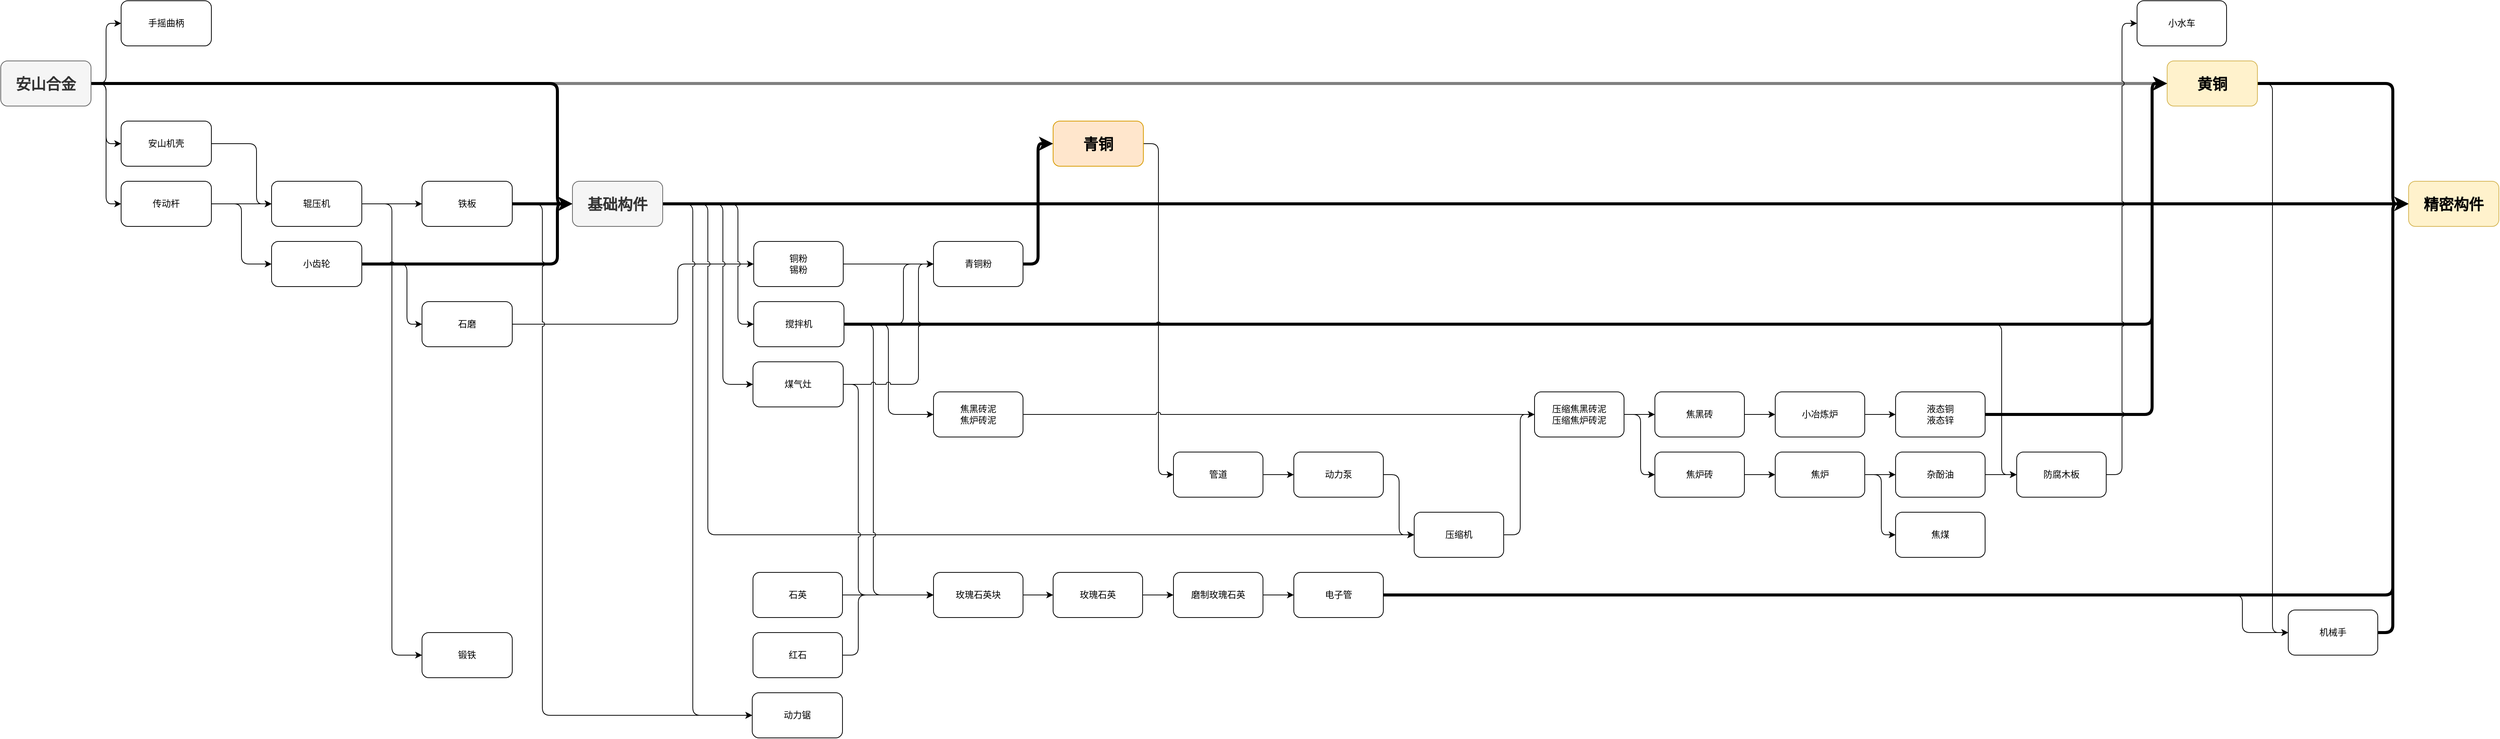
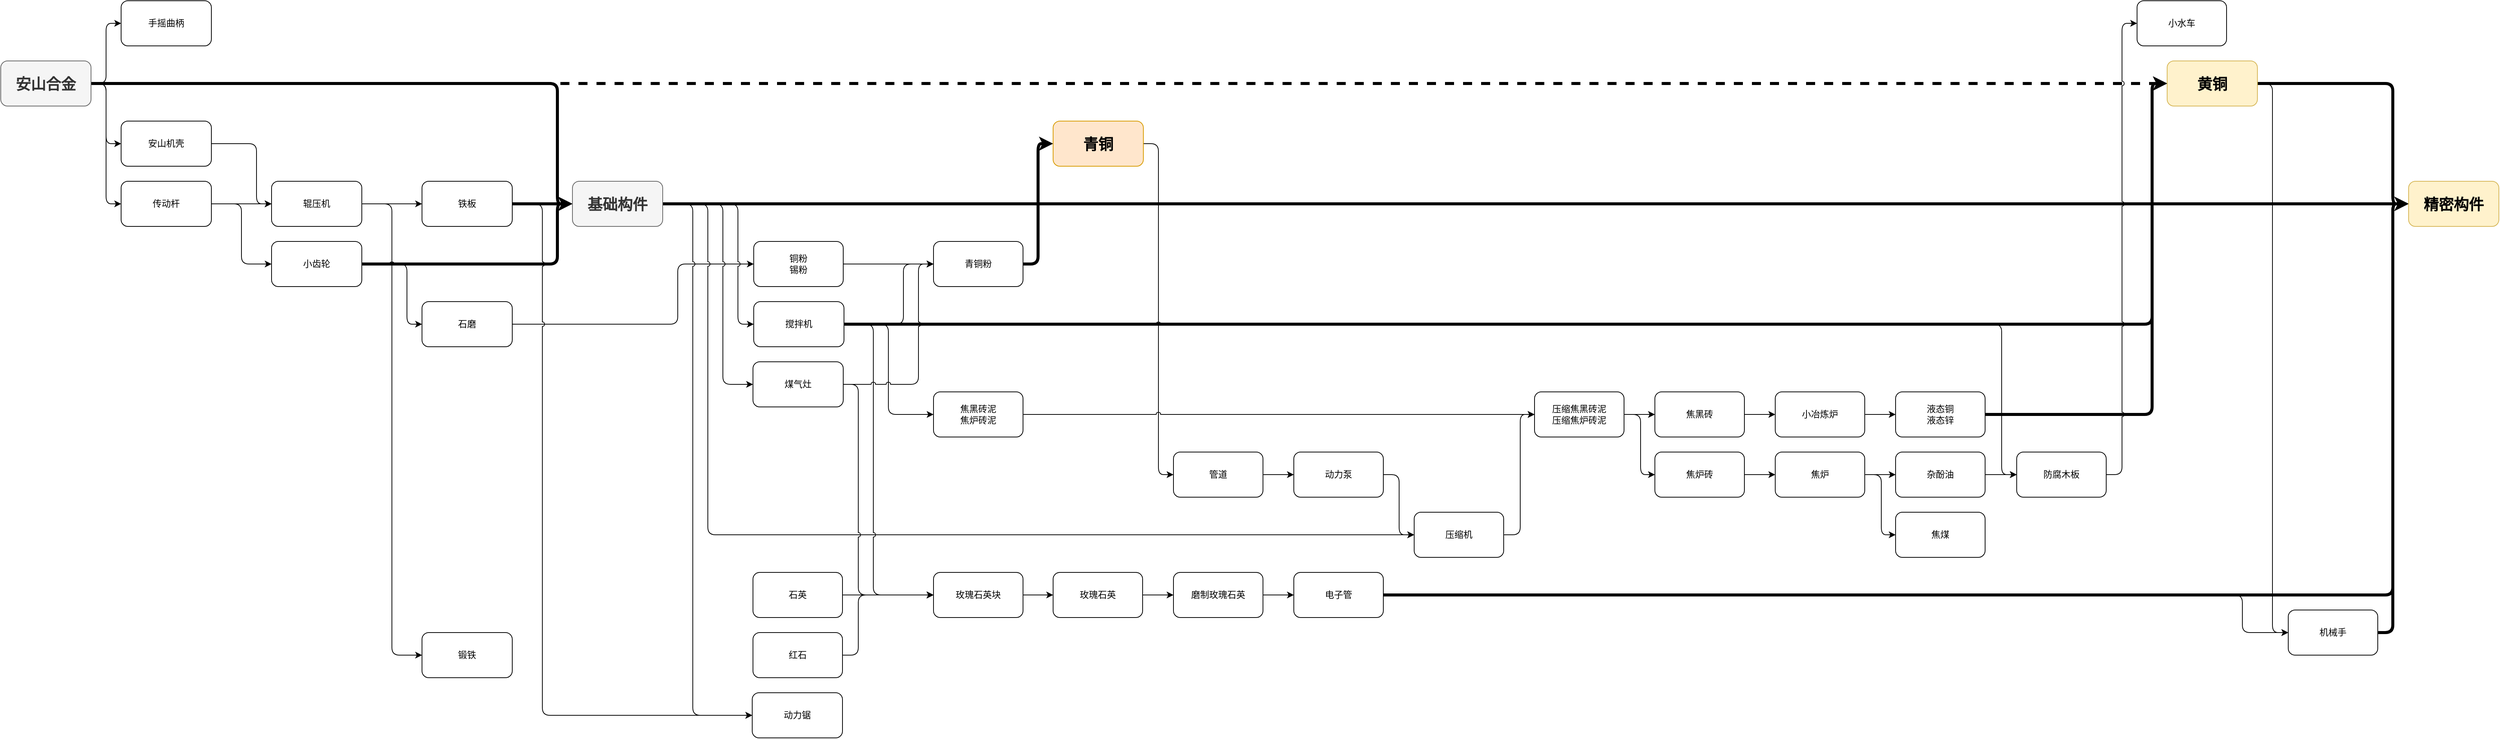
<mxfile host="app.diagrams.net">
  <diagram name="第 1 页" id="wbue6hbnNwZZhj_0dkD_">
-     <mxGraphModel dx="1835" dy="2349" grid="1" gridSize="10" guides="1" tooltips="1" connect="1" arrows="1" fold="1" page="1" pageScale="1" pageWidth="827" pageHeight="1169" math="0" shadow="0">
+     <mxGraphModel dx="2386" dy="2703" grid="1" gridSize="10" guides="1" tooltips="1" connect="1" arrows="1" fold="1" page="1" pageScale="1" pageWidth="827" pageHeight="1169" math="0" shadow="0">
      <root>
        <mxCell id="0" />
        <mxCell id="1" parent="0" />
-         <mxCell id="hVVgvd0LLLONm7yzlIF5-7" edge="1" parent="1" source="hVVgvd0LLLONm7yzlIF5-4" style="edgeStyle=orthogonalEdgeStyle;rounded=1;orthogonalLoop=1;jettySize=auto;html=1;exitX=1;exitY=0.5;exitDx=0;exitDy=0;curved=0;strokeColor=#808080;align=center;verticalAlign=middle;fontFamily=Helvetica;fontSize=11;fontColor=default;labelBackgroundColor=default;jumpStyle=none;endArrow=classic;strokeWidth=4;" target="hVVgvd0LLLONm7yzlIF5-5">
+         <mxCell id="hVVgvd0LLLONm7yzlIF5-7" edge="1" parent="1" source="hVVgvd0LLLONm7yzlIF5-4" style="edgeStyle=orthogonalEdgeStyle;rounded=1;orthogonalLoop=1;jettySize=auto;html=1;exitX=1;exitY=0.5;exitDx=0;exitDy=0;curved=0;strokeColor=#000000;align=center;verticalAlign=middle;fontFamily=Helvetica;fontSize=11;fontColor=default;labelBackgroundColor=default;jumpStyle=none;endArrow=classic;strokeWidth=4;dashed=1;" target="hVVgvd0LLLONm7yzlIF5-5">
          <mxGeometry relative="1" as="geometry">
            <Array as="points">
              <mxPoint x="270" y="80" />
              <mxPoint x="270" y="80" />
            </Array>
          </mxGeometry>
        </mxCell>
        <mxCell id="hVVgvd0LLLONm7yzlIF5-9" edge="1" parent="1" source="hVVgvd0LLLONm7yzlIF5-4" style="edgeStyle=orthogonalEdgeStyle;rounded=1;orthogonalLoop=1;jettySize=auto;html=1;exitX=1;exitY=0.5;exitDx=0;exitDy=0;entryX=0;entryY=0.5;entryDx=0;entryDy=0;curved=0;jumpStyle=arc;strokeColor=default;align=center;verticalAlign=middle;fontFamily=Helvetica;fontSize=11;fontColor=default;labelBackgroundColor=default;endArrow=classic;" target="hVVgvd0LLLONm7yzlIF5-8">
          <mxGeometry relative="1" as="geometry">
            <Array as="points">
              <mxPoint x="140" y="80" />
              <mxPoint x="140" y="240" />
            </Array>
          </mxGeometry>
        </mxCell>
        <mxCell id="hVVgvd0LLLONm7yzlIF5-11" edge="1" parent="1" source="hVVgvd0LLLONm7yzlIF5-4" style="edgeStyle=orthogonalEdgeStyle;rounded=1;orthogonalLoop=1;jettySize=auto;html=1;exitX=1;exitY=0.5;exitDx=0;exitDy=0;entryX=0;entryY=0.5;entryDx=0;entryDy=0;curved=0;strokeColor=default;align=center;verticalAlign=middle;fontFamily=Helvetica;fontSize=11;fontColor=default;labelBackgroundColor=default;jumpStyle=arc;endArrow=classic;" target="hVVgvd0LLLONm7yzlIF5-10">
          <mxGeometry relative="1" as="geometry" />
        </mxCell>
        <mxCell id="hVVgvd0LLLONm7yzlIF5-25" edge="1" parent="1" source="hVVgvd0LLLONm7yzlIF5-4" style="edgeStyle=orthogonalEdgeStyle;shape=connector;curved=0;rounded=1;jumpStyle=none;orthogonalLoop=1;jettySize=auto;html=1;exitX=1;exitY=0.5;exitDx=0;exitDy=0;entryX=0;entryY=0.5;entryDx=0;entryDy=0;strokeColor=default;align=center;verticalAlign=middle;fontFamily=Helvetica;fontSize=11;fontColor=default;labelBackgroundColor=default;endArrow=classic;strokeWidth=4;" target="hVVgvd0LLLONm7yzlIF5-23">
          <mxGeometry relative="1" as="geometry">
            <Array as="points">
              <mxPoint x="740" y="80" />
              <mxPoint x="740" y="240" />
            </Array>
          </mxGeometry>
        </mxCell>
        <mxCell id="BimTSkt5NrRpgPhiDMTA-27" edge="1" parent="1" source="hVVgvd0LLLONm7yzlIF5-4" style="edgeStyle=orthogonalEdgeStyle;shape=connector;curved=0;rounded=1;jumpStyle=arc;orthogonalLoop=1;jettySize=auto;html=1;exitX=1;exitY=0.5;exitDx=0;exitDy=0;entryX=0;entryY=0.5;entryDx=0;entryDy=0;strokeColor=default;align=center;verticalAlign=middle;fontFamily=Helvetica;fontSize=11;fontColor=default;labelBackgroundColor=default;endArrow=classic;" target="BimTSkt5NrRpgPhiDMTA-26">
          <mxGeometry relative="1" as="geometry" />
        </mxCell>
        <mxCell id="hVVgvd0LLLONm7yzlIF5-4" parent="1" style="rounded=1;whiteSpace=wrap;html=1;fillColor=#f5f5f5;fontColor=#333333;strokeColor=#666666;" value="&lt;b&gt;&lt;font style=&quot;font-size: 20px;&quot;&gt;安山合金&lt;/font&gt;&lt;/b&gt;" vertex="1">
          <mxGeometry height="60" width="120" y="50" as="geometry" />
        </mxCell>
        <mxCell id="BimTSkt5NrRpgPhiDMTA-9" edge="1" parent="1" source="hVVgvd0LLLONm7yzlIF5-5" style="edgeStyle=orthogonalEdgeStyle;shape=connector;curved=0;rounded=1;jumpStyle=arc;orthogonalLoop=1;jettySize=auto;html=1;exitX=1;exitY=0.5;exitDx=0;exitDy=0;entryX=0;entryY=0.5;entryDx=0;entryDy=0;strokeColor=default;align=center;verticalAlign=middle;fontFamily=Helvetica;fontSize=11;fontColor=default;labelBackgroundColor=default;endArrow=classic;strokeWidth=4;" target="BimTSkt5NrRpgPhiDMTA-8">
          <mxGeometry relative="1" as="geometry">
            <Array as="points">
              <mxPoint x="3180" y="80" />
              <mxPoint x="3180" y="240" />
            </Array>
          </mxGeometry>
        </mxCell>
        <mxCell id="BimTSkt5NrRpgPhiDMTA-15" edge="1" parent="1" source="hVVgvd0LLLONm7yzlIF5-5" style="edgeStyle=orthogonalEdgeStyle;shape=connector;curved=0;rounded=1;jumpStyle=arc;orthogonalLoop=1;jettySize=auto;html=1;exitX=1;exitY=0.5;exitDx=0;exitDy=0;entryX=0;entryY=0.5;entryDx=0;entryDy=0;strokeColor=default;align=center;verticalAlign=middle;fontFamily=Helvetica;fontSize=11;fontColor=default;labelBackgroundColor=default;endArrow=classic;" target="BimTSkt5NrRpgPhiDMTA-11">
          <mxGeometry relative="1" as="geometry">
            <Array as="points">
              <mxPoint x="3020" y="80" />
              <mxPoint x="3020" y="810" />
            </Array>
          </mxGeometry>
        </mxCell>
        <mxCell id="hVVgvd0LLLONm7yzlIF5-5" parent="1" style="rounded=1;whiteSpace=wrap;html=1;fillColor=#fff2cc;strokeColor=#d6b656;" value="&lt;b&gt;&lt;font style=&quot;font-size: 20px;&quot;&gt;黄铜&lt;/font&gt;&lt;/b&gt;" vertex="1">
          <mxGeometry height="60" width="120" x="2880" y="50" as="geometry" />
        </mxCell>
        <mxCell id="hVVgvd0LLLONm7yzlIF5-39" edge="1" parent="1" source="hVVgvd0LLLONm7yzlIF5-6" style="edgeStyle=orthogonalEdgeStyle;shape=connector;curved=0;rounded=1;jumpStyle=arc;orthogonalLoop=1;jettySize=auto;html=1;exitX=1;exitY=0.5;exitDx=0;exitDy=0;entryX=0;entryY=0.5;entryDx=0;entryDy=0;strokeColor=default;align=center;verticalAlign=middle;fontFamily=Helvetica;fontSize=11;fontColor=default;labelBackgroundColor=default;endArrow=classic;" target="hVVgvd0LLLONm7yzlIF5-38">
          <mxGeometry relative="1" as="geometry" />
        </mxCell>
        <mxCell id="hVVgvd0LLLONm7yzlIF5-6" parent="1" style="rounded=1;whiteSpace=wrap;html=1;fillColor=#ffe6cc;strokeColor=#d79b00;" value="&lt;b&gt;&lt;font style=&quot;font-size: 20px;&quot;&gt;青铜&lt;/font&gt;&lt;/b&gt;" vertex="1">
          <mxGeometry height="60" width="120" x="1399" y="130" as="geometry" />
        </mxCell>
        <mxCell id="hVVgvd0LLLONm7yzlIF5-14" edge="1" parent="1" source="hVVgvd0LLLONm7yzlIF5-8" style="edgeStyle=orthogonalEdgeStyle;shape=connector;curved=0;rounded=1;orthogonalLoop=1;jettySize=auto;html=1;exitX=1;exitY=0.5;exitDx=0;exitDy=0;entryX=0;entryY=0.5;entryDx=0;entryDy=0;strokeColor=default;align=center;verticalAlign=middle;fontFamily=Helvetica;fontSize=11;fontColor=default;labelBackgroundColor=default;endArrow=classic;jumpStyle=arc;" target="hVVgvd0LLLONm7yzlIF5-12">
          <mxGeometry relative="1" as="geometry" />
        </mxCell>
        <mxCell id="hVVgvd0LLLONm7yzlIF5-16" edge="1" parent="1" source="hVVgvd0LLLONm7yzlIF5-8" style="edgeStyle=orthogonalEdgeStyle;shape=connector;curved=0;rounded=1;orthogonalLoop=1;jettySize=auto;html=1;exitX=1;exitY=0.5;exitDx=0;exitDy=0;entryX=0;entryY=0.5;entryDx=0;entryDy=0;strokeColor=default;align=center;verticalAlign=middle;fontFamily=Helvetica;fontSize=11;fontColor=default;labelBackgroundColor=default;endArrow=classic;jumpStyle=arc;" target="hVVgvd0LLLONm7yzlIF5-15">
          <mxGeometry relative="1" as="geometry">
            <Array as="points">
              <mxPoint x="320" y="240" />
              <mxPoint x="320" y="320" />
            </Array>
            <mxPoint x="280" y="159.98" as="sourcePoint" />
            <mxPoint x="360" y="319.98" as="targetPoint" />
          </mxGeometry>
        </mxCell>
        <mxCell id="hVVgvd0LLLONm7yzlIF5-8" parent="1" style="rounded=1;whiteSpace=wrap;html=1;" value="传动杆" vertex="1">
          <mxGeometry height="60" width="120" x="160" y="210" as="geometry" />
        </mxCell>
        <mxCell id="hVVgvd0LLLONm7yzlIF5-13" edge="1" parent="1" source="hVVgvd0LLLONm7yzlIF5-10" style="edgeStyle=orthogonalEdgeStyle;shape=connector;curved=0;rounded=1;orthogonalLoop=1;jettySize=auto;html=1;exitX=1;exitY=0.5;exitDx=0;exitDy=0;strokeColor=default;align=center;verticalAlign=middle;fontFamily=Helvetica;fontSize=11;fontColor=default;labelBackgroundColor=default;endArrow=classic;entryX=0;entryY=0.5;entryDx=0;entryDy=0;jumpStyle=arc;" target="hVVgvd0LLLONm7yzlIF5-12">
          <mxGeometry relative="1" as="geometry">
            <Array as="points">
              <mxPoint x="340" y="160" />
              <mxPoint x="340" y="240" />
            </Array>
          </mxGeometry>
        </mxCell>
        <mxCell id="hVVgvd0LLLONm7yzlIF5-10" parent="1" style="rounded=1;whiteSpace=wrap;html=1;" value="安山机壳" vertex="1">
          <mxGeometry height="60" width="120" x="160" y="130" as="geometry" />
        </mxCell>
        <mxCell id="hVVgvd0LLLONm7yzlIF5-19" edge="1" parent="1" source="hVVgvd0LLLONm7yzlIF5-12" style="edgeStyle=orthogonalEdgeStyle;shape=connector;curved=0;rounded=1;orthogonalLoop=1;jettySize=auto;html=1;exitX=1;exitY=0.5;exitDx=0;exitDy=0;entryX=0;entryY=0.5;entryDx=0;entryDy=0;strokeColor=default;align=center;verticalAlign=middle;fontFamily=Helvetica;fontSize=11;fontColor=default;labelBackgroundColor=default;endArrow=classic;jumpStyle=arc;" target="hVVgvd0LLLONm7yzlIF5-18">
          <mxGeometry relative="1" as="geometry" />
        </mxCell>
        <mxCell id="hVVgvd0LLLONm7yzlIF5-22" edge="1" parent="1" source="hVVgvd0LLLONm7yzlIF5-12" style="edgeStyle=orthogonalEdgeStyle;shape=connector;curved=0;rounded=1;orthogonalLoop=1;jettySize=auto;html=1;exitX=1;exitY=0.5;exitDx=0;exitDy=0;entryX=0;entryY=0.5;entryDx=0;entryDy=0;strokeColor=default;align=center;verticalAlign=middle;fontFamily=Helvetica;fontSize=11;fontColor=default;labelBackgroundColor=default;endArrow=classic;jumpStyle=arc;" target="hVVgvd0LLLONm7yzlIF5-21">
          <mxGeometry relative="1" as="geometry" />
        </mxCell>
        <mxCell id="hVVgvd0LLLONm7yzlIF5-12" parent="1" style="rounded=1;whiteSpace=wrap;html=1;" value="辊压机" vertex="1">
          <mxGeometry height="60" width="120" x="360" y="210" as="geometry" />
        </mxCell>
        <mxCell id="hVVgvd0LLLONm7yzlIF5-20" edge="1" parent="1" source="hVVgvd0LLLONm7yzlIF5-15" style="edgeStyle=orthogonalEdgeStyle;shape=connector;curved=0;rounded=1;orthogonalLoop=1;jettySize=auto;html=1;exitX=1;exitY=0.5;exitDx=0;exitDy=0;strokeColor=default;align=center;verticalAlign=middle;fontFamily=Helvetica;fontSize=11;fontColor=default;labelBackgroundColor=default;endArrow=classic;entryX=0;entryY=0.5;entryDx=0;entryDy=0;jumpStyle=arc;" target="hVVgvd0LLLONm7yzlIF5-17">
          <mxGeometry relative="1" as="geometry">
            <Array as="points">
              <mxPoint x="540" y="320" />
              <mxPoint x="540" y="400" />
            </Array>
            <mxPoint x="550" y="319.9655172413793" as="targetPoint" />
          </mxGeometry>
        </mxCell>
        <mxCell id="BimTSkt5NrRpgPhiDMTA-10" edge="1" parent="1" source="hVVgvd0LLLONm7yzlIF5-15" style="edgeStyle=orthogonalEdgeStyle;shape=connector;curved=0;rounded=1;jumpStyle=none;orthogonalLoop=1;jettySize=auto;html=1;exitX=1;exitY=0.5;exitDx=0;exitDy=0;entryX=0;entryY=0.5;entryDx=0;entryDy=0;strokeColor=default;align=center;verticalAlign=middle;fontFamily=Helvetica;fontSize=11;fontColor=default;labelBackgroundColor=default;endArrow=classic;strokeWidth=4;" target="hVVgvd0LLLONm7yzlIF5-23">
          <mxGeometry relative="1" as="geometry">
            <Array as="points">
              <mxPoint x="740" y="320" />
              <mxPoint x="740" y="240" />
            </Array>
          </mxGeometry>
        </mxCell>
        <mxCell id="hVVgvd0LLLONm7yzlIF5-15" parent="1" style="rounded=1;whiteSpace=wrap;html=1;" value="小齿轮" vertex="1">
          <mxGeometry height="60" width="120" x="360" y="290" as="geometry" />
        </mxCell>
        <mxCell id="hVVgvd0LLLONm7yzlIF5-35" edge="1" parent="1" source="hVVgvd0LLLONm7yzlIF5-17" style="edgeStyle=orthogonalEdgeStyle;shape=connector;curved=0;rounded=1;jumpStyle=arc;orthogonalLoop=1;jettySize=auto;html=1;exitX=1;exitY=0.5;exitDx=0;exitDy=0;entryX=0;entryY=0.5;entryDx=0;entryDy=0;strokeColor=default;align=center;verticalAlign=middle;fontFamily=Helvetica;fontSize=11;fontColor=default;labelBackgroundColor=default;endArrow=classic;" target="hVVgvd0LLLONm7yzlIF5-32">
          <mxGeometry relative="1" as="geometry">
            <Array as="points">
              <mxPoint x="900" y="400" />
              <mxPoint x="900" y="320" />
            </Array>
          </mxGeometry>
        </mxCell>
        <mxCell id="hVVgvd0LLLONm7yzlIF5-17" parent="1" style="rounded=1;whiteSpace=wrap;html=1;" value="石磨" vertex="1">
          <mxGeometry height="60" width="120" x="560" y="370" as="geometry" />
        </mxCell>
        <mxCell id="hVVgvd0LLLONm7yzlIF5-24" edge="1" parent="1" source="hVVgvd0LLLONm7yzlIF5-18" style="edgeStyle=orthogonalEdgeStyle;shape=connector;curved=0;rounded=1;jumpStyle=none;orthogonalLoop=1;jettySize=auto;html=1;exitX=1;exitY=0.5;exitDx=0;exitDy=0;strokeColor=default;align=center;verticalAlign=middle;fontFamily=Helvetica;fontSize=11;fontColor=default;labelBackgroundColor=default;endArrow=classic;strokeWidth=4;entryX=0;entryY=0.5;entryDx=0;entryDy=0;" target="hVVgvd0LLLONm7yzlIF5-23">
          <mxGeometry relative="1" as="geometry" />
        </mxCell>
        <mxCell id="4fcqwB5ZCuZv3aRTupUW-13" edge="1" parent="1" source="hVVgvd0LLLONm7yzlIF5-18" style="edgeStyle=orthogonalEdgeStyle;shape=connector;curved=0;rounded=1;jumpStyle=arc;orthogonalLoop=1;jettySize=auto;html=1;exitX=1;exitY=0.5;exitDx=0;exitDy=0;entryX=0;entryY=0.5;entryDx=0;entryDy=0;strokeColor=default;align=center;verticalAlign=middle;fontFamily=Helvetica;fontSize=11;fontColor=default;labelBackgroundColor=default;endArrow=classic;" target="4fcqwB5ZCuZv3aRTupUW-11">
          <mxGeometry relative="1" as="geometry">
            <Array as="points">
              <mxPoint x="720" y="240" />
              <mxPoint x="720" y="920" />
            </Array>
          </mxGeometry>
        </mxCell>
        <mxCell id="hVVgvd0LLLONm7yzlIF5-18" parent="1" style="rounded=1;whiteSpace=wrap;html=1;" value="铁板" vertex="1">
          <mxGeometry height="60" width="120" x="560" y="210" as="geometry" />
        </mxCell>
        <mxCell id="hVVgvd0LLLONm7yzlIF5-21" parent="1" style="rounded=1;whiteSpace=wrap;html=1;" value="锻铁" vertex="1">
          <mxGeometry height="60" width="120" x="560" y="810" as="geometry" />
        </mxCell>
        <mxCell id="hVVgvd0LLLONm7yzlIF5-28" edge="1" parent="1" style="edgeStyle=orthogonalEdgeStyle;shape=connector;curved=0;rounded=1;jumpStyle=arc;orthogonalLoop=1;jettySize=auto;html=1;entryX=0;entryY=0.5;entryDx=0;entryDy=0;strokeColor=default;align=center;verticalAlign=middle;fontFamily=Helvetica;fontSize=11;fontColor=default;labelBackgroundColor=default;endArrow=classic;" target="hVVgvd0LLLONm7yzlIF5-27">
          <mxGeometry relative="1" as="geometry">
            <Array as="points">
              <mxPoint x="980" y="240" />
              <mxPoint x="980" y="400" />
            </Array>
            <mxPoint x="880" y="240" as="sourcePoint" />
          </mxGeometry>
        </mxCell>
        <mxCell id="hVVgvd0LLLONm7yzlIF5-44" edge="1" parent="1" source="hVVgvd0LLLONm7yzlIF5-23" style="edgeStyle=orthogonalEdgeStyle;shape=connector;curved=0;rounded=1;jumpStyle=arc;orthogonalLoop=1;jettySize=auto;html=1;exitX=1;exitY=0.5;exitDx=0;exitDy=0;entryX=0;entryY=0.5;entryDx=0;entryDy=0;strokeColor=default;align=center;verticalAlign=middle;fontFamily=Helvetica;fontSize=11;fontColor=default;labelBackgroundColor=default;endArrow=classic;" target="hVVgvd0LLLONm7yzlIF5-42">
          <mxGeometry relative="1" as="geometry">
            <Array as="points">
              <mxPoint x="940" y="240" />
              <mxPoint x="940" y="680" />
            </Array>
            <mxPoint x="920" y="240" as="sourcePoint" />
          </mxGeometry>
        </mxCell>
        <mxCell id="hVVgvd0LLLONm7yzlIF5-50" edge="1" parent="1" source="hVVgvd0LLLONm7yzlIF5-23" style="edgeStyle=orthogonalEdgeStyle;shape=connector;curved=0;rounded=1;jumpStyle=arc;orthogonalLoop=1;jettySize=auto;html=1;exitX=1;exitY=0.5;exitDx=0;exitDy=0;entryX=0;entryY=0.5;entryDx=0;entryDy=0;strokeColor=default;align=center;verticalAlign=middle;fontFamily=Helvetica;fontSize=11;fontColor=default;labelBackgroundColor=default;endArrow=classic;" target="hVVgvd0LLLONm7yzlIF5-48">
          <mxGeometry relative="1" as="geometry">
            <Array as="points">
              <mxPoint x="960" y="240" />
              <mxPoint x="960" y="480" />
            </Array>
            <mxPoint x="920" y="240" as="sourcePoint" />
          </mxGeometry>
        </mxCell>
        <mxCell id="4fcqwB5ZCuZv3aRTupUW-12" edge="1" parent="1" source="hVVgvd0LLLONm7yzlIF5-23" style="edgeStyle=orthogonalEdgeStyle;shape=connector;curved=0;rounded=1;jumpStyle=arc;orthogonalLoop=1;jettySize=auto;html=1;exitX=1;exitY=0.5;exitDx=0;exitDy=0;entryX=0;entryY=0.5;entryDx=0;entryDy=0;strokeColor=default;align=center;verticalAlign=middle;fontFamily=Helvetica;fontSize=11;fontColor=default;labelBackgroundColor=default;endArrow=classic;" target="4fcqwB5ZCuZv3aRTupUW-11">
          <mxGeometry relative="1" as="geometry">
            <Array as="points">
              <mxPoint x="920" y="240" />
              <mxPoint x="920" y="920" />
            </Array>
          </mxGeometry>
        </mxCell>
        <mxCell id="BimTSkt5NrRpgPhiDMTA-16" edge="1" parent="1" source="hVVgvd0LLLONm7yzlIF5-23" style="edgeStyle=orthogonalEdgeStyle;shape=connector;curved=0;rounded=1;jumpStyle=none;orthogonalLoop=1;jettySize=auto;html=1;exitX=1;exitY=0.5;exitDx=0;exitDy=0;entryX=0;entryY=0.5;entryDx=0;entryDy=0;strokeColor=#000000;align=center;verticalAlign=middle;fontFamily=Helvetica;fontSize=11;fontColor=default;labelBackgroundColor=default;endArrow=classic;strokeWidth=4;" target="BimTSkt5NrRpgPhiDMTA-8">
          <mxGeometry relative="1" as="geometry" />
        </mxCell>
        <mxCell id="hVVgvd0LLLONm7yzlIF5-23" parent="1" style="rounded=1;whiteSpace=wrap;html=1;fillColor=#f5f5f5;fontColor=#333333;strokeColor=#666666;" value="&lt;b&gt;&lt;font style=&quot;font-size: 20px;&quot;&gt;基础构件&lt;/font&gt;&lt;/b&gt;" vertex="1">
          <mxGeometry height="60" width="120" x="760" y="210" as="geometry" />
        </mxCell>
        <mxCell id="hVVgvd0LLLONm7yzlIF5-30" edge="1" parent="1" source="hVVgvd0LLLONm7yzlIF5-27" style="edgeStyle=orthogonalEdgeStyle;shape=connector;curved=0;rounded=1;jumpStyle=arc;orthogonalLoop=1;jettySize=auto;html=1;exitX=1;exitY=0.5;exitDx=0;exitDy=0;strokeColor=default;align=center;verticalAlign=middle;fontFamily=Helvetica;fontSize=11;fontColor=default;labelBackgroundColor=default;endArrow=classic;entryX=0;entryY=0.5;entryDx=0;entryDy=0;" target="hVVgvd0LLLONm7yzlIF5-29">
          <mxGeometry relative="1" as="geometry">
            <Array as="points">
              <mxPoint x="1200" y="400" />
              <mxPoint x="1200" y="320" />
            </Array>
            <mxPoint x="1200" y="410" as="targetPoint" />
          </mxGeometry>
        </mxCell>
        <mxCell id="hVVgvd0LLLONm7yzlIF5-37" edge="1" parent="1" source="hVVgvd0LLLONm7yzlIF5-27" style="edgeStyle=orthogonalEdgeStyle;shape=connector;curved=0;rounded=1;jumpStyle=arc;orthogonalLoop=1;jettySize=auto;html=1;exitX=1;exitY=0.5;exitDx=0;exitDy=0;entryX=0;entryY=0.5;entryDx=0;entryDy=0;strokeColor=default;align=center;verticalAlign=middle;fontFamily=Helvetica;fontSize=11;fontColor=default;labelBackgroundColor=default;endArrow=classic;" target="hVVgvd0LLLONm7yzlIF5-36">
          <mxGeometry relative="1" as="geometry">
            <Array as="points">
              <mxPoint x="1180" y="400" />
              <mxPoint x="1180" y="520" />
            </Array>
          </mxGeometry>
        </mxCell>
        <mxCell id="4fcqwB5ZCuZv3aRTupUW-6" edge="1" parent="1" source="hVVgvd0LLLONm7yzlIF5-27" style="edgeStyle=orthogonalEdgeStyle;shape=connector;curved=0;rounded=1;jumpStyle=arc;orthogonalLoop=1;jettySize=auto;html=1;exitX=1;exitY=0.5;exitDx=0;exitDy=0;entryX=0;entryY=0.5;entryDx=0;entryDy=0;strokeColor=default;align=center;verticalAlign=middle;fontFamily=Helvetica;fontSize=11;fontColor=default;labelBackgroundColor=default;endArrow=classic;" target="4fcqwB5ZCuZv3aRTupUW-4">
          <mxGeometry relative="1" as="geometry">
            <Array as="points">
              <mxPoint x="1160" y="400" />
              <mxPoint x="1160" y="760" />
            </Array>
          </mxGeometry>
        </mxCell>
        <mxCell id="BimTSkt5NrRpgPhiDMTA-6" edge="1" parent="1" source="hVVgvd0LLLONm7yzlIF5-27" style="edgeStyle=orthogonalEdgeStyle;shape=connector;curved=0;rounded=1;jumpStyle=none;orthogonalLoop=1;jettySize=auto;html=1;exitX=1;exitY=0.5;exitDx=0;exitDy=0;strokeColor=default;align=center;verticalAlign=middle;fontFamily=Helvetica;fontSize=11;fontColor=default;labelBackgroundColor=default;endArrow=classic;entryX=0;entryY=0.5;entryDx=0;entryDy=0;strokeWidth=4;" target="hVVgvd0LLLONm7yzlIF5-5">
          <mxGeometry relative="1" as="geometry">
            <Array as="points">
              <mxPoint x="2860" y="400" />
              <mxPoint x="2860" y="80" />
            </Array>
            <mxPoint x="2600" y="90" as="targetPoint" />
          </mxGeometry>
        </mxCell>
        <mxCell id="BimTSkt5NrRpgPhiDMTA-31" edge="1" parent="1" source="hVVgvd0LLLONm7yzlIF5-27" style="edgeStyle=orthogonalEdgeStyle;shape=connector;curved=0;rounded=1;jumpStyle=arc;orthogonalLoop=1;jettySize=auto;html=1;exitX=1;exitY=0.5;exitDx=0;exitDy=0;entryX=0;entryY=0.5;entryDx=0;entryDy=0;strokeColor=default;align=center;verticalAlign=middle;fontFamily=Helvetica;fontSize=11;fontColor=default;labelBackgroundColor=default;endArrow=classic;" target="BimTSkt5NrRpgPhiDMTA-29">
          <mxGeometry relative="1" as="geometry">
            <Array as="points">
              <mxPoint x="2660" y="400" />
              <mxPoint x="2660" y="600" />
            </Array>
          </mxGeometry>
        </mxCell>
        <mxCell id="hVVgvd0LLLONm7yzlIF5-27" parent="1" style="rounded=1;whiteSpace=wrap;html=1;" value="搅拌机" vertex="1">
          <mxGeometry height="60" width="120" x="1001" y="370" as="geometry" />
        </mxCell>
        <mxCell id="hVVgvd0LLLONm7yzlIF5-31" edge="1" parent="1" source="hVVgvd0LLLONm7yzlIF5-29" style="edgeStyle=orthogonalEdgeStyle;shape=connector;curved=0;rounded=1;jumpStyle=none;orthogonalLoop=1;jettySize=auto;html=1;exitX=1;exitY=0.5;exitDx=0;exitDy=0;entryX=0;entryY=0.5;entryDx=0;entryDy=0;strokeColor=default;align=center;verticalAlign=middle;fontFamily=Helvetica;fontSize=11;fontColor=default;labelBackgroundColor=default;endArrow=classic;strokeWidth=4;" target="hVVgvd0LLLONm7yzlIF5-6">
          <mxGeometry relative="1" as="geometry" />
        </mxCell>
        <mxCell id="hVVgvd0LLLONm7yzlIF5-29" parent="1" style="rounded=1;whiteSpace=wrap;html=1;" value="青铜粉" vertex="1">
          <mxGeometry height="60" width="119" x="1240" y="290" as="geometry" />
        </mxCell>
        <mxCell id="hVVgvd0LLLONm7yzlIF5-34" edge="1" parent="1" source="hVVgvd0LLLONm7yzlIF5-32" style="edgeStyle=orthogonalEdgeStyle;shape=connector;curved=0;rounded=1;jumpStyle=arc;orthogonalLoop=1;jettySize=auto;html=1;exitX=1;exitY=0.5;exitDx=0;exitDy=0;entryX=0;entryY=0.5;entryDx=0;entryDy=0;strokeColor=default;align=center;verticalAlign=middle;fontFamily=Helvetica;fontSize=11;fontColor=default;labelBackgroundColor=default;endArrow=classic;" target="hVVgvd0LLLONm7yzlIF5-29">
          <mxGeometry relative="1" as="geometry">
            <Array as="points">
              <mxPoint x="1190" y="320" />
              <mxPoint x="1190" y="320" />
            </Array>
          </mxGeometry>
        </mxCell>
        <mxCell id="hVVgvd0LLLONm7yzlIF5-32" parent="1" style="rounded=1;whiteSpace=wrap;html=1;" value="铜粉&lt;div&gt;锡粉&lt;/div&gt;" vertex="1">
          <mxGeometry height="60" width="119" x="1001" y="290" as="geometry" />
        </mxCell>
        <mxCell id="hVVgvd0LLLONm7yzlIF5-47" edge="1" parent="1" source="hVVgvd0LLLONm7yzlIF5-36" style="edgeStyle=orthogonalEdgeStyle;shape=connector;curved=0;rounded=1;jumpStyle=arc;orthogonalLoop=1;jettySize=auto;html=1;exitX=1;exitY=0.5;exitDx=0;exitDy=0;entryX=0;entryY=0.5;entryDx=0;entryDy=0;strokeColor=default;align=center;verticalAlign=middle;fontFamily=Helvetica;fontSize=11;fontColor=default;labelBackgroundColor=default;endArrow=classic;" target="hVVgvd0LLLONm7yzlIF5-45">
          <mxGeometry relative="1" as="geometry" />
        </mxCell>
        <mxCell id="hVVgvd0LLLONm7yzlIF5-36" parent="1" style="rounded=1;whiteSpace=wrap;html=1;" value="焦黑砖泥&lt;div&gt;焦炉砖泥&lt;/div&gt;" vertex="1">
          <mxGeometry height="60" width="119" x="1240" y="490" as="geometry" />
        </mxCell>
        <mxCell id="hVVgvd0LLLONm7yzlIF5-41" edge="1" parent="1" source="hVVgvd0LLLONm7yzlIF5-38" style="edgeStyle=orthogonalEdgeStyle;shape=connector;curved=0;rounded=1;jumpStyle=arc;orthogonalLoop=1;jettySize=auto;html=1;exitX=1;exitY=0.5;exitDx=0;exitDy=0;strokeColor=default;align=center;verticalAlign=middle;fontFamily=Helvetica;fontSize=11;fontColor=default;labelBackgroundColor=default;endArrow=classic;" target="hVVgvd0LLLONm7yzlIF5-40">
          <mxGeometry relative="1" as="geometry" />
        </mxCell>
        <mxCell id="hVVgvd0LLLONm7yzlIF5-38" parent="1" style="rounded=1;whiteSpace=wrap;html=1;" value="管道" vertex="1">
          <mxGeometry height="60" width="119" x="1559" y="570" as="geometry" />
        </mxCell>
        <mxCell id="hVVgvd0LLLONm7yzlIF5-43" edge="1" parent="1" source="hVVgvd0LLLONm7yzlIF5-40" style="edgeStyle=orthogonalEdgeStyle;shape=connector;curved=0;rounded=1;jumpStyle=arc;orthogonalLoop=1;jettySize=auto;html=1;exitX=1;exitY=0.5;exitDx=0;exitDy=0;strokeColor=default;align=center;verticalAlign=middle;fontFamily=Helvetica;fontSize=11;fontColor=default;labelBackgroundColor=default;endArrow=classic;" target="hVVgvd0LLLONm7yzlIF5-42">
          <mxGeometry relative="1" as="geometry">
            <Array as="points">
              <mxPoint x="1859" y="600" />
              <mxPoint x="1859" y="680" />
            </Array>
          </mxGeometry>
        </mxCell>
        <mxCell id="hVVgvd0LLLONm7yzlIF5-40" parent="1" style="rounded=1;whiteSpace=wrap;html=1;" value="动力泵" vertex="1">
          <mxGeometry height="60" width="119" x="1719" y="570" as="geometry" />
        </mxCell>
        <mxCell id="hVVgvd0LLLONm7yzlIF5-46" edge="1" parent="1" source="hVVgvd0LLLONm7yzlIF5-42" style="edgeStyle=orthogonalEdgeStyle;shape=connector;curved=0;rounded=1;jumpStyle=arc;orthogonalLoop=1;jettySize=auto;html=1;exitX=1;exitY=0.5;exitDx=0;exitDy=0;entryX=0;entryY=0.5;entryDx=0;entryDy=0;strokeColor=default;align=center;verticalAlign=middle;fontFamily=Helvetica;fontSize=11;fontColor=default;labelBackgroundColor=default;endArrow=classic;" target="hVVgvd0LLLONm7yzlIF5-45">
          <mxGeometry relative="1" as="geometry">
            <Array as="points">
              <mxPoint x="2020" y="680" />
              <mxPoint x="2020" y="520" />
            </Array>
          </mxGeometry>
        </mxCell>
        <mxCell id="hVVgvd0LLLONm7yzlIF5-42" parent="1" style="rounded=1;whiteSpace=wrap;html=1;" value="压缩机" vertex="1">
          <mxGeometry height="60" width="119" x="1879" y="650" as="geometry" />
        </mxCell>
-         <mxCell id="Ze34olLxH3gQG4Mn-upq-2" edge="1" parent="1" source="hVVgvd0LLLONm7yzlIF5-45" style="edgeStyle=orthogonalEdgeStyle;rounded=0;orthogonalLoop=1;jettySize=auto;html=1;exitX=1;exitY=0.5;exitDx=0;exitDy=0;entryX=0;entryY=0.5;entryDx=0;entryDy=0;" target="Ze34olLxH3gQG4Mn-upq-1">
+         <mxCell id="Ze34olLxH3gQG4Mn-upq-2" edge="1" parent="1" source="hVVgvd0LLLONm7yzlIF5-45" style="edgeStyle=orthogonalEdgeStyle;rounded=1;orthogonalLoop=1;jettySize=auto;html=1;exitX=1;exitY=0.5;exitDx=0;exitDy=0;entryX=0;entryY=0.5;entryDx=0;entryDy=0;" target="Ze34olLxH3gQG4Mn-upq-1">
          <mxGeometry relative="1" as="geometry" />
        </mxCell>
        <mxCell id="BimTSkt5NrRpgPhiDMTA-18" edge="1" parent="1" source="hVVgvd0LLLONm7yzlIF5-45" style="edgeStyle=orthogonalEdgeStyle;shape=connector;curved=0;rounded=1;jumpStyle=arc;orthogonalLoop=1;jettySize=auto;html=1;exitX=1;exitY=0.5;exitDx=0;exitDy=0;entryX=0;entryY=0.5;entryDx=0;entryDy=0;strokeColor=default;align=center;verticalAlign=middle;fontFamily=Helvetica;fontSize=11;fontColor=default;labelBackgroundColor=default;endArrow=classic;" target="BimTSkt5NrRpgPhiDMTA-17">
          <mxGeometry relative="1" as="geometry">
            <Array as="points">
              <mxPoint x="2180" y="520" />
              <mxPoint x="2180" y="600" />
            </Array>
          </mxGeometry>
        </mxCell>
        <mxCell id="hVVgvd0LLLONm7yzlIF5-45" parent="1" style="rounded=1;whiteSpace=wrap;html=1;" value="压缩焦黑砖泥&lt;div&gt;压缩焦炉砖泥&lt;/div&gt;" vertex="1">
          <mxGeometry height="60" width="119" x="2039" y="490" as="geometry" />
        </mxCell>
        <mxCell id="hVVgvd0LLLONm7yzlIF5-49" edge="1" parent="1" source="hVVgvd0LLLONm7yzlIF5-48" style="edgeStyle=orthogonalEdgeStyle;shape=connector;curved=0;rounded=1;jumpStyle=arc;orthogonalLoop=1;jettySize=auto;html=1;exitX=1;exitY=0.5;exitDx=0;exitDy=0;entryX=0;entryY=0.5;entryDx=0;entryDy=0;strokeColor=default;align=center;verticalAlign=middle;fontFamily=Helvetica;fontSize=11;fontColor=default;labelBackgroundColor=default;endArrow=classic;" target="hVVgvd0LLLONm7yzlIF5-29">
          <mxGeometry relative="1" as="geometry">
            <Array as="points">
              <mxPoint x="1220" y="480" />
              <mxPoint x="1220" y="320" />
            </Array>
          </mxGeometry>
        </mxCell>
        <mxCell id="2kDL9RDc8AbcMjuMP2Lo-1" edge="1" parent="1" source="hVVgvd0LLLONm7yzlIF5-48" style="edgeStyle=orthogonalEdgeStyle;rounded=1;orthogonalLoop=1;jettySize=auto;html=1;exitX=1;exitY=0.5;exitDx=0;exitDy=0;entryX=0;entryY=0.5;entryDx=0;entryDy=0;jumpStyle=arc;curved=0;" target="4fcqwB5ZCuZv3aRTupUW-4">
          <mxGeometry relative="1" as="geometry">
            <Array as="points">
              <mxPoint x="1140" y="480" />
              <mxPoint x="1140" y="760" />
            </Array>
          </mxGeometry>
        </mxCell>
        <mxCell id="hVVgvd0LLLONm7yzlIF5-48" parent="1" style="rounded=1;whiteSpace=wrap;html=1;" value="煤气灶" vertex="1">
          <mxGeometry height="60" width="120" x="1000" y="450" as="geometry" />
        </mxCell>
        <mxCell id="4fcqwB5ZCuZv3aRTupUW-8" edge="1" parent="1" source="4fcqwB5ZCuZv3aRTupUW-1" style="edgeStyle=orthogonalEdgeStyle;shape=connector;curved=0;rounded=1;jumpStyle=arc;orthogonalLoop=1;jettySize=auto;html=1;exitX=1;exitY=0.5;exitDx=0;exitDy=0;strokeColor=default;align=center;verticalAlign=middle;fontFamily=Helvetica;fontSize=11;fontColor=default;labelBackgroundColor=default;endArrow=classic;entryX=0;entryY=0.5;entryDx=0;entryDy=0;" target="4fcqwB5ZCuZv3aRTupUW-4">
          <mxGeometry relative="1" as="geometry">
            <mxPoint x="1200" y="759.9565217391305" as="targetPoint" />
          </mxGeometry>
        </mxCell>
        <mxCell id="4fcqwB5ZCuZv3aRTupUW-1" parent="1" style="rounded=1;whiteSpace=wrap;html=1;" value="石英" vertex="1">
          <mxGeometry height="60" width="119" x="1000" y="730" as="geometry" />
        </mxCell>
        <mxCell id="4fcqwB5ZCuZv3aRTupUW-10" edge="1" parent="1" source="4fcqwB5ZCuZv3aRTupUW-2" style="edgeStyle=orthogonalEdgeStyle;shape=connector;curved=0;rounded=1;jumpStyle=arc;orthogonalLoop=1;jettySize=auto;html=1;exitX=1;exitY=0.5;exitDx=0;exitDy=0;entryX=0;entryY=0.5;entryDx=0;entryDy=0;strokeColor=default;align=center;verticalAlign=middle;fontFamily=Helvetica;fontSize=11;fontColor=default;labelBackgroundColor=default;endArrow=classic;" target="4fcqwB5ZCuZv3aRTupUW-5">
          <mxGeometry relative="1" as="geometry" />
        </mxCell>
        <mxCell id="4fcqwB5ZCuZv3aRTupUW-2" parent="1" style="rounded=1;whiteSpace=wrap;html=1;" value="玫瑰石英" vertex="1">
          <mxGeometry height="60" width="119" x="1399" y="730" as="geometry" />
        </mxCell>
        <mxCell id="4fcqwB5ZCuZv3aRTupUW-7" edge="1" parent="1" source="4fcqwB5ZCuZv3aRTupUW-3" style="edgeStyle=orthogonalEdgeStyle;shape=connector;curved=0;rounded=1;jumpStyle=arc;orthogonalLoop=1;jettySize=auto;html=1;exitX=1;exitY=0.5;exitDx=0;exitDy=0;entryX=0;entryY=0.5;entryDx=0;entryDy=0;strokeColor=default;align=center;verticalAlign=middle;fontFamily=Helvetica;fontSize=11;fontColor=default;labelBackgroundColor=default;endArrow=classic;" target="4fcqwB5ZCuZv3aRTupUW-4">
          <mxGeometry relative="1" as="geometry">
            <Array as="points">
              <mxPoint x="1140" y="840" />
              <mxPoint x="1140" y="760" />
            </Array>
          </mxGeometry>
        </mxCell>
        <mxCell id="4fcqwB5ZCuZv3aRTupUW-3" parent="1" style="rounded=1;whiteSpace=wrap;html=1;" value="红石" vertex="1">
          <mxGeometry height="60" width="119" x="1000" y="810" as="geometry" />
        </mxCell>
        <mxCell id="4fcqwB5ZCuZv3aRTupUW-9" edge="1" parent="1" source="4fcqwB5ZCuZv3aRTupUW-4" style="edgeStyle=orthogonalEdgeStyle;shape=connector;curved=0;rounded=1;jumpStyle=arc;orthogonalLoop=1;jettySize=auto;html=1;exitX=1;exitY=0.5;exitDx=0;exitDy=0;entryX=0;entryY=0.5;entryDx=0;entryDy=0;strokeColor=default;align=center;verticalAlign=middle;fontFamily=Helvetica;fontSize=11;fontColor=default;labelBackgroundColor=default;endArrow=classic;" target="4fcqwB5ZCuZv3aRTupUW-2">
          <mxGeometry relative="1" as="geometry" />
        </mxCell>
        <mxCell id="4fcqwB5ZCuZv3aRTupUW-4" parent="1" style="rounded=1;whiteSpace=wrap;html=1;" value="玫瑰石英块" vertex="1">
          <mxGeometry height="60" width="119" x="1240" y="730" as="geometry" />
        </mxCell>
        <mxCell id="2kDL9RDc8AbcMjuMP2Lo-4" edge="1" parent="1" source="4fcqwB5ZCuZv3aRTupUW-5" style="edgeStyle=orthogonalEdgeStyle;shape=connector;curved=0;rounded=1;jumpStyle=arc;orthogonalLoop=1;jettySize=auto;html=1;exitX=1;exitY=0.5;exitDx=0;exitDy=0;entryX=0;entryY=0.5;entryDx=0;entryDy=0;strokeColor=default;align=center;verticalAlign=middle;fontFamily=Helvetica;fontSize=11;fontColor=default;labelBackgroundColor=default;endArrow=classic;" target="2kDL9RDc8AbcMjuMP2Lo-3">
          <mxGeometry relative="1" as="geometry" />
        </mxCell>
        <mxCell id="4fcqwB5ZCuZv3aRTupUW-5" parent="1" style="rounded=1;whiteSpace=wrap;html=1;" value="磨制玫瑰石英" vertex="1">
          <mxGeometry height="60" width="119" x="1559" y="730" as="geometry" />
        </mxCell>
        <mxCell id="4fcqwB5ZCuZv3aRTupUW-11" parent="1" style="rounded=1;whiteSpace=wrap;html=1;" value="动力锯" vertex="1">
          <mxGeometry height="60" width="120" x="999" y="890" as="geometry" />
        </mxCell>
        <mxCell id="BimTSkt5NrRpgPhiDMTA-12" edge="1" parent="1" source="2kDL9RDc8AbcMjuMP2Lo-3" style="edgeStyle=orthogonalEdgeStyle;shape=connector;curved=0;rounded=1;jumpStyle=arc;orthogonalLoop=1;jettySize=auto;html=1;exitX=1;exitY=0.5;exitDx=0;exitDy=0;entryX=0;entryY=0.5;entryDx=0;entryDy=0;strokeColor=default;align=center;verticalAlign=middle;fontFamily=Helvetica;fontSize=11;fontColor=default;labelBackgroundColor=default;endArrow=classic;" target="BimTSkt5NrRpgPhiDMTA-11">
          <mxGeometry relative="1" as="geometry">
            <Array as="points">
              <mxPoint x="2980" y="760" />
              <mxPoint x="2980" y="810" />
            </Array>
          </mxGeometry>
        </mxCell>
        <mxCell id="BimTSkt5NrRpgPhiDMTA-13" edge="1" parent="1" source="2kDL9RDc8AbcMjuMP2Lo-3" style="edgeStyle=orthogonalEdgeStyle;shape=connector;curved=0;rounded=1;jumpStyle=none;orthogonalLoop=1;jettySize=auto;html=1;exitX=1;exitY=0.5;exitDx=0;exitDy=0;entryX=0;entryY=0.5;entryDx=0;entryDy=0;strokeColor=default;align=center;verticalAlign=middle;fontFamily=Helvetica;fontSize=11;fontColor=default;labelBackgroundColor=default;endArrow=classic;strokeWidth=4;" target="BimTSkt5NrRpgPhiDMTA-8">
          <mxGeometry relative="1" as="geometry">
            <Array as="points">
              <mxPoint x="3180" y="760" />
              <mxPoint x="3180" y="240" />
            </Array>
          </mxGeometry>
        </mxCell>
        <mxCell id="2kDL9RDc8AbcMjuMP2Lo-3" parent="1" style="rounded=1;whiteSpace=wrap;html=1;" value="电子管" vertex="1">
          <mxGeometry height="60" width="119" x="1719" y="730" as="geometry" />
        </mxCell>
-         <mxCell id="BimTSkt5NrRpgPhiDMTA-3" edge="1" parent="1" source="Ze34olLxH3gQG4Mn-upq-1" style="edgeStyle=orthogonalEdgeStyle;rounded=0;orthogonalLoop=1;jettySize=auto;html=1;exitX=1;exitY=0.5;exitDx=0;exitDy=0;entryX=0;entryY=0.5;entryDx=0;entryDy=0;" target="BimTSkt5NrRpgPhiDMTA-1">
+         <mxCell id="BimTSkt5NrRpgPhiDMTA-3" edge="1" parent="1" source="Ze34olLxH3gQG4Mn-upq-1" style="edgeStyle=orthogonalEdgeStyle;rounded=1;orthogonalLoop=1;jettySize=auto;html=1;exitX=1;exitY=0.5;exitDx=0;exitDy=0;entryX=0;entryY=0.5;entryDx=0;entryDy=0;" target="BimTSkt5NrRpgPhiDMTA-1">
          <mxGeometry relative="1" as="geometry" />
        </mxCell>
        <mxCell id="Ze34olLxH3gQG4Mn-upq-1" parent="1" style="rounded=1;whiteSpace=wrap;html=1;" value="焦黑砖" vertex="1">
          <mxGeometry height="60" width="119" x="2199" y="490" as="geometry" />
        </mxCell>
-         <mxCell id="BimTSkt5NrRpgPhiDMTA-4" edge="1" parent="1" source="BimTSkt5NrRpgPhiDMTA-1" style="edgeStyle=orthogonalEdgeStyle;rounded=0;orthogonalLoop=1;jettySize=auto;html=1;exitX=1;exitY=0.5;exitDx=0;exitDy=0;entryX=0;entryY=0.5;entryDx=0;entryDy=0;" target="BimTSkt5NrRpgPhiDMTA-2">
+         <mxCell id="BimTSkt5NrRpgPhiDMTA-4" edge="1" parent="1" source="BimTSkt5NrRpgPhiDMTA-1" style="edgeStyle=orthogonalEdgeStyle;rounded=1;orthogonalLoop=1;jettySize=auto;html=1;exitX=1;exitY=0.5;exitDx=0;exitDy=0;entryX=0;entryY=0.5;entryDx=0;entryDy=0;" target="BimTSkt5NrRpgPhiDMTA-2">
          <mxGeometry relative="1" as="geometry" />
        </mxCell>
        <mxCell id="BimTSkt5NrRpgPhiDMTA-1" parent="1" style="rounded=1;whiteSpace=wrap;html=1;" value="小冶炼炉" vertex="1">
          <mxGeometry height="60" width="119" x="2359" y="490" as="geometry" />
        </mxCell>
        <mxCell id="BimTSkt5NrRpgPhiDMTA-7" edge="1" parent="1" source="BimTSkt5NrRpgPhiDMTA-2" style="edgeStyle=orthogonalEdgeStyle;shape=connector;curved=0;rounded=1;jumpStyle=none;orthogonalLoop=1;jettySize=auto;html=1;exitX=1;exitY=0.5;exitDx=0;exitDy=0;strokeColor=default;align=center;verticalAlign=middle;fontFamily=Helvetica;fontSize=11;fontColor=default;labelBackgroundColor=default;endArrow=classic;strokeWidth=4;entryX=0;entryY=0.5;entryDx=0;entryDy=0;" target="hVVgvd0LLLONm7yzlIF5-5">
          <mxGeometry relative="1" as="geometry">
            <Array as="points">
              <mxPoint x="2860" y="520" />
              <mxPoint x="2860" y="80" />
            </Array>
            <mxPoint x="2680" y="80" as="targetPoint" />
          </mxGeometry>
        </mxCell>
        <mxCell id="BimTSkt5NrRpgPhiDMTA-2" parent="1" style="rounded=1;whiteSpace=wrap;html=1;" value="&lt;div&gt;液态铜&lt;/div&gt;液态锌" vertex="1">
          <mxGeometry height="60" width="119" x="2519" y="490" as="geometry" />
        </mxCell>
        <mxCell id="BimTSkt5NrRpgPhiDMTA-8" parent="1" style="rounded=1;whiteSpace=wrap;html=1;fillColor=#fff2cc;strokeColor=#d6b656;" value="&lt;b&gt;&lt;font style=&quot;font-size: 20px;&quot;&gt;精密构件&lt;/font&gt;&lt;/b&gt;" vertex="1">
          <mxGeometry height="60" width="120" x="3201" y="210" as="geometry" />
        </mxCell>
        <mxCell id="BimTSkt5NrRpgPhiDMTA-14" edge="1" parent="1" source="BimTSkt5NrRpgPhiDMTA-11" style="edgeStyle=orthogonalEdgeStyle;shape=connector;curved=0;rounded=1;jumpStyle=none;orthogonalLoop=1;jettySize=auto;html=1;exitX=1;exitY=0.5;exitDx=0;exitDy=0;entryX=0;entryY=0.5;entryDx=0;entryDy=0;strokeColor=default;align=center;verticalAlign=middle;fontFamily=Helvetica;fontSize=11;fontColor=default;labelBackgroundColor=default;endArrow=classic;strokeWidth=4;" target="BimTSkt5NrRpgPhiDMTA-8">
          <mxGeometry relative="1" as="geometry">
            <Array as="points">
              <mxPoint x="3180" y="810" />
              <mxPoint x="3180" y="240" />
            </Array>
          </mxGeometry>
        </mxCell>
        <mxCell id="BimTSkt5NrRpgPhiDMTA-11" parent="1" style="rounded=1;whiteSpace=wrap;html=1;" value="机械手" vertex="1">
          <mxGeometry height="60" width="119" x="3041" y="780" as="geometry" />
        </mxCell>
        <mxCell id="BimTSkt5NrRpgPhiDMTA-21" edge="1" parent="1" source="BimTSkt5NrRpgPhiDMTA-17" style="edgeStyle=orthogonalEdgeStyle;shape=connector;curved=0;rounded=1;jumpStyle=arc;orthogonalLoop=1;jettySize=auto;html=1;exitX=1;exitY=0.5;exitDx=0;exitDy=0;entryX=0;entryY=0.5;entryDx=0;entryDy=0;strokeColor=default;align=center;verticalAlign=middle;fontFamily=Helvetica;fontSize=11;fontColor=default;labelBackgroundColor=default;endArrow=classic;" target="BimTSkt5NrRpgPhiDMTA-20">
          <mxGeometry relative="1" as="geometry" />
        </mxCell>
        <mxCell id="BimTSkt5NrRpgPhiDMTA-17" parent="1" style="rounded=1;whiteSpace=wrap;html=1;" value="焦炉砖" vertex="1">
          <mxGeometry height="60" width="119" x="2199" y="570" as="geometry" />
        </mxCell>
        <mxCell id="BimTSkt5NrRpgPhiDMTA-24" edge="1" parent="1" source="BimTSkt5NrRpgPhiDMTA-20" style="edgeStyle=orthogonalEdgeStyle;shape=connector;curved=0;rounded=1;jumpStyle=arc;orthogonalLoop=1;jettySize=auto;html=1;exitX=1;exitY=0.5;exitDx=0;exitDy=0;entryX=0;entryY=0.5;entryDx=0;entryDy=0;strokeColor=default;align=center;verticalAlign=middle;fontFamily=Helvetica;fontSize=11;fontColor=default;labelBackgroundColor=default;endArrow=classic;" target="BimTSkt5NrRpgPhiDMTA-23">
          <mxGeometry relative="1" as="geometry" />
        </mxCell>
        <mxCell id="BimTSkt5NrRpgPhiDMTA-25" edge="1" parent="1" source="BimTSkt5NrRpgPhiDMTA-20" style="edgeStyle=orthogonalEdgeStyle;shape=connector;curved=0;rounded=1;jumpStyle=arc;orthogonalLoop=1;jettySize=auto;html=1;exitX=1;exitY=0.5;exitDx=0;exitDy=0;entryX=0;entryY=0.5;entryDx=0;entryDy=0;strokeColor=default;align=center;verticalAlign=middle;fontFamily=Helvetica;fontSize=11;fontColor=default;labelBackgroundColor=default;endArrow=classic;" target="BimTSkt5NrRpgPhiDMTA-22">
          <mxGeometry relative="1" as="geometry">
            <Array as="points">
              <mxPoint x="2500" y="600" />
              <mxPoint x="2500" y="680" />
            </Array>
          </mxGeometry>
        </mxCell>
        <mxCell id="BimTSkt5NrRpgPhiDMTA-20" parent="1" style="rounded=1;whiteSpace=wrap;html=1;" value="焦炉" vertex="1">
          <mxGeometry height="60" width="119" x="2359" y="570" as="geometry" />
        </mxCell>
        <mxCell id="BimTSkt5NrRpgPhiDMTA-22" parent="1" style="rounded=1;whiteSpace=wrap;html=1;" value="焦煤" vertex="1">
          <mxGeometry height="60" width="119" x="2519" y="650" as="geometry" />
        </mxCell>
        <mxCell id="BimTSkt5NrRpgPhiDMTA-30" edge="1" parent="1" source="BimTSkt5NrRpgPhiDMTA-23" style="edgeStyle=orthogonalEdgeStyle;shape=connector;curved=0;rounded=1;jumpStyle=arc;orthogonalLoop=1;jettySize=auto;html=1;exitX=1;exitY=0.5;exitDx=0;exitDy=0;entryX=0;entryY=0.5;entryDx=0;entryDy=0;strokeColor=default;align=center;verticalAlign=middle;fontFamily=Helvetica;fontSize=11;fontColor=default;labelBackgroundColor=default;endArrow=classic;" target="BimTSkt5NrRpgPhiDMTA-29">
          <mxGeometry relative="1" as="geometry">
            <Array as="points">
              <mxPoint x="2680" y="600" />
            </Array>
          </mxGeometry>
        </mxCell>
        <mxCell id="BimTSkt5NrRpgPhiDMTA-23" parent="1" style="rounded=1;whiteSpace=wrap;html=1;" value="杂酚油" vertex="1">
          <mxGeometry height="60" width="119" x="2519" y="570" as="geometry" />
        </mxCell>
        <mxCell id="BimTSkt5NrRpgPhiDMTA-26" parent="1" style="rounded=1;whiteSpace=wrap;html=1;" value="手摇曲柄" vertex="1">
          <mxGeometry height="60" width="120" x="160" y="-30" as="geometry" />
        </mxCell>
        <mxCell id="BimTSkt5NrRpgPhiDMTA-33" edge="1" parent="1" source="BimTSkt5NrRpgPhiDMTA-29" style="edgeStyle=orthogonalEdgeStyle;shape=connector;curved=0;rounded=1;jumpStyle=arc;orthogonalLoop=1;jettySize=auto;html=1;strokeColor=default;align=center;verticalAlign=middle;fontFamily=Helvetica;fontSize=11;fontColor=default;labelBackgroundColor=default;endArrow=classic;" target="BimTSkt5NrRpgPhiDMTA-32" value="">
          <mxGeometry relative="1" as="geometry">
            <Array as="points">
              <mxPoint x="2820" y="600" />
              <mxPoint x="2820" />
            </Array>
          </mxGeometry>
        </mxCell>
        <mxCell id="BimTSkt5NrRpgPhiDMTA-29" parent="1" style="rounded=1;whiteSpace=wrap;html=1;" value="防腐木板" vertex="1">
          <mxGeometry height="60" width="119" x="2680" y="570" as="geometry" />
        </mxCell>
        <mxCell id="BimTSkt5NrRpgPhiDMTA-32" parent="1" style="rounded=1;whiteSpace=wrap;html=1;" value="小水车" vertex="1">
          <mxGeometry height="60" width="119" x="2840" y="-30" as="geometry" />
        </mxCell>
      </root>
    </mxGraphModel>
  </diagram>
</mxfile>
